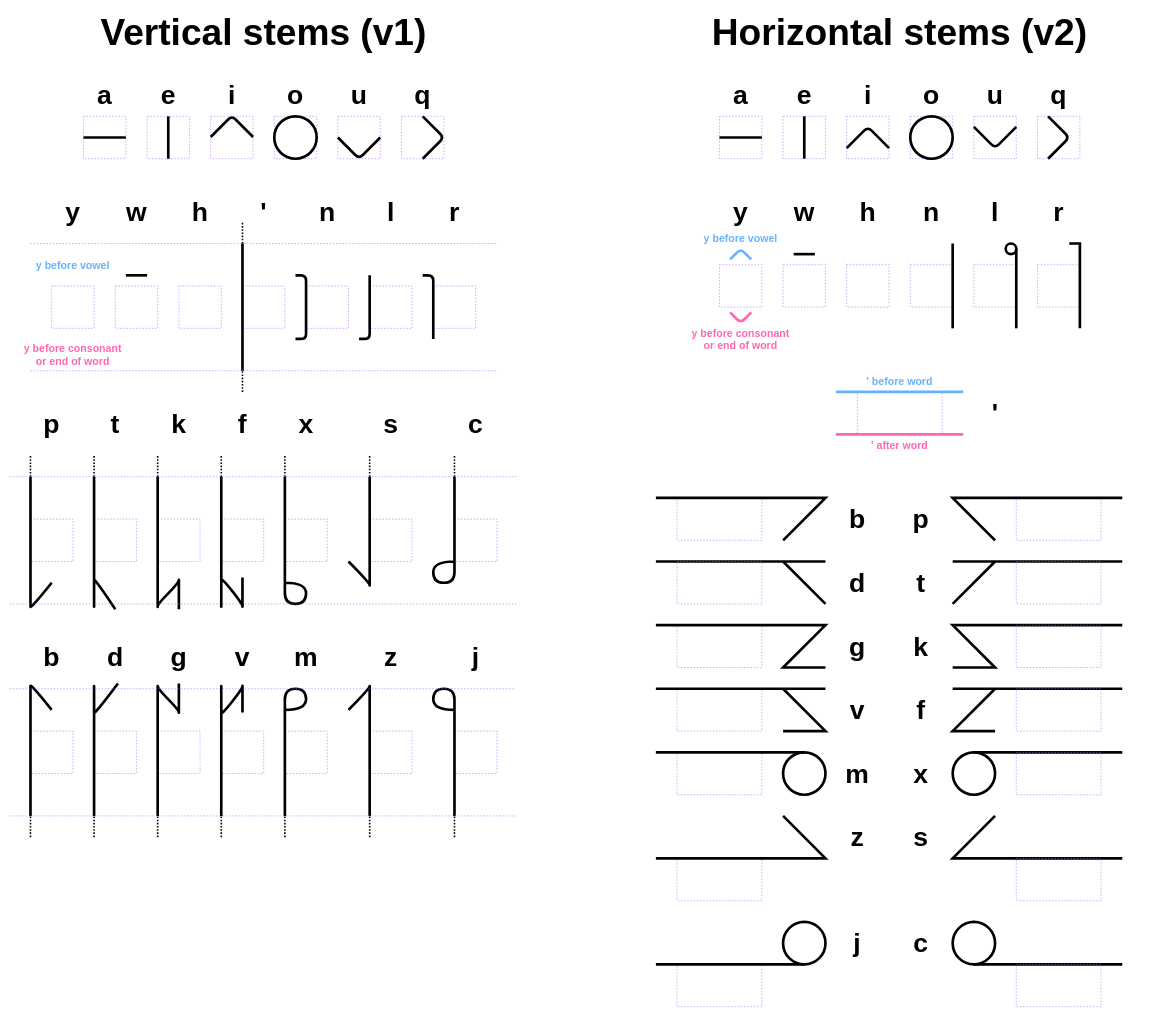
Before: images/writing_system.drawio in eberban/eberban, a draw.io diagram. Source tidied: cells renumbered, new cells numbered last; positions are measured from the earlier drawing's top-left corner, leaving out a move shared by most shapes. Both pictures are drawn from the tidied source at 53%, with x=0, y=0 at pixel (9, 10).
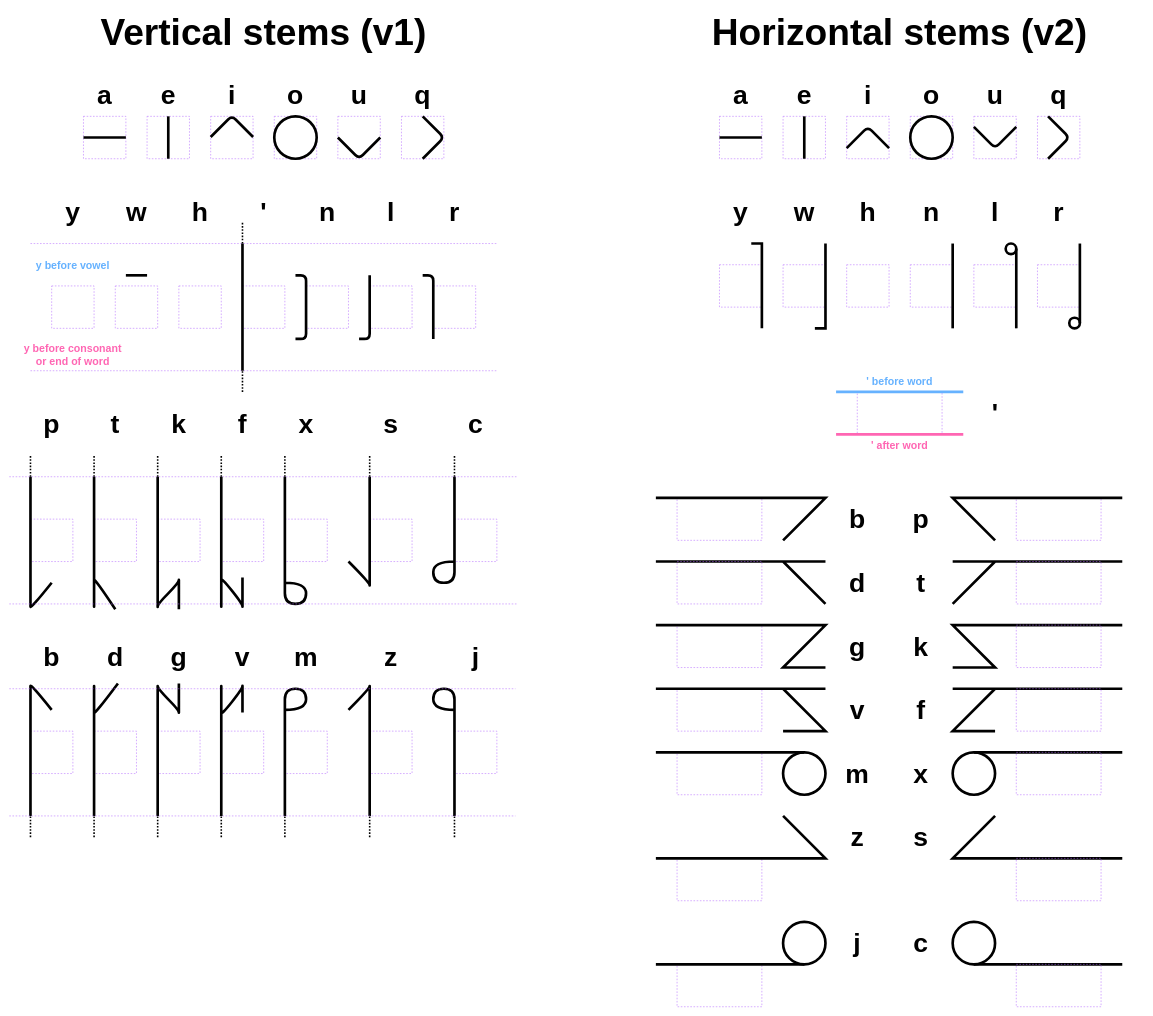
The same page after the edit.

Commit message (it also covers changes not shown here):
Writing system : change ywlr

The edit, as a diff of the source:
```diff
@@
-    <mxCell id="128" style="edgeStyle=none;rounded=1;orthogonalLoop=1;jettySize=auto;html=1;startArrow=none;startFill=0;startSize=5;endArrow=none;endFill=0;endSize=0;targetPerimeterSpacing=0;strokeWidth=5;fontFamily=Rajdhani;fontSize=50;strokeColor=#66B2FF;" parent="1" edge="1">
-      <mxGeometry relative="1" as="geometry">
-        <mxPoint x="1360" y="470" as="sourcePoint" />
-        <mxPoint x="1400" y="470" as="targetPoint" />
-        <Array as="points">
-          <mxPoint x="1380" y="450" />
-        </Array>
-      </mxGeometry>
-    </mxCell>
-    <mxCell id="129" value="y before vowel" style="text;html=1;strokeColor=none;fillColor=none;align=center;verticalAlign=middle;whiteSpace=wrap;rounded=0;fontFamily=Rajdhani;fontStyle=1;fontSize=20;fontColor=#66B2FF;" parent="1" vertex="1">
-      <mxGeometry x="1300" y="410" width="160" height="40" as="geometry" />
-    </mxCell>
-    <mxCell id="130" value="y before consonant&lt;br&gt;or end of word" style="text;html=1;strokeColor=none;fillColor=none;align=center;verticalAlign=middle;whiteSpace=wrap;rounded=0;fontFamily=Rajdhani;fontStyle=1;fontSize=20;fontColor=#FF66B3;" parent="1" vertex="1">
-      <mxGeometry x="1280" y="600" width="200" height="40" as="geometry" />
-    </mxCell>
-    <mxCell id="131" style="edgeStyle=none;rounded=1;orthogonalLoop=1;jettySize=auto;html=1;startArrow=none;startFill=0;startSize=5;endArrow=none;endFill=0;endSize=0;targetPerimeterSpacing=0;strokeWidth=5;fontFamily=Rajdhani;fontSize=50;strokeColor=#FF66B3;" parent="1" edge="1">
-      <mxGeometry relative="1" as="geometry">
-        <mxPoint x="1360" y="570" as="sourcePoint" />
-        <mxPoint x="1400" y="570" as="targetPoint" />
-        <Array as="points">
-          <mxPoint x="1380" y="590" />
-        </Array>
-      </mxGeometry>
-    </mxCell>
@@
-    <mxCell id="133" style="edgeStyle=none;rounded=1;orthogonalLoop=1;jettySize=auto;html=1;startArrow=none;startFill=0;startSize=5;endArrow=none;endFill=0;endSize=0;targetPerimeterSpacing=0;strokeWidth=5;fontFamily=Rajdhani;fontSize=50;strokeColor=#000000;" parent="1" edge="1">
-      <mxGeometry relative="1" as="geometry">
-        <mxPoint x="1480" y="460" as="sourcePoint" />
-        <mxPoint x="1520" y="460" as="targetPoint" />
-      </mxGeometry>
-    </mxCell>
@@
-    <mxCell id="147" style="edgeStyle=none;rounded=0;orthogonalLoop=1;jettySize=auto;html=1;startArrow=none;startFill=0;startSize=5;endArrow=none;endFill=0;endSize=0;targetPerimeterSpacing=0;strokeWidth=5;fontFamily=Rajdhani;fontSize=50;" parent="1" edge="1">
-      <mxGeometry relative="1" as="geometry">
-        <mxPoint x="2000" y="440" as="sourcePoint" />
-        <mxPoint x="2020" y="600" as="targetPoint" />
-        <Array as="points">
-          <mxPoint x="2020" y="440" />
-        </Array>
-      </mxGeometry>
-    </mxCell>
@@
+    <mxCell id="201" style="edgeStyle=none;rounded=0;orthogonalLoop=1;jettySize=auto;html=1;startArrow=none;startFill=0;startSize=5;endArrow=none;endFill=0;endSize=0;targetPerimeterSpacing=0;strokeWidth=5;fontFamily=Rajdhani;fontSize=50;" parent="1" edge="1">
+      <mxGeometry relative="1" as="geometry">
+        <mxPoint x="1400" y="440" as="sourcePoint" />
+        <mxPoint x="1420" y="600" as="targetPoint" />
+        <Array as="points">
+          <mxPoint x="1420" y="440" />
+        </Array>
+      </mxGeometry>
+    </mxCell>
+    <mxCell id="202" style="edgeStyle=none;rounded=0;orthogonalLoop=1;jettySize=auto;html=1;startArrow=none;startFill=0;startSize=5;endArrow=none;endFill=0;endSize=0;targetPerimeterSpacing=0;strokeWidth=5;fontFamily=Rajdhani;fontSize=50;" parent="1" edge="1">
+      <mxGeometry relative="1" as="geometry">
+        <mxPoint x="1540" y="440" as="sourcePoint" />
+        <mxPoint x="1520" y="600" as="targetPoint" />
+        <Array as="points">
+          <mxPoint x="1540" y="600" />
+        </Array>
+      </mxGeometry>
+    </mxCell>
+    <mxCell id="203" style="edgeStyle=none;rounded=0;orthogonalLoop=1;jettySize=auto;html=1;startArrow=none;startFill=0;startSize=5;endArrow=none;endFill=0;endSize=0;targetPerimeterSpacing=0;strokeWidth=5;fontFamily=Rajdhani;fontSize=50;exitX=1;exitY=0.5;exitDx=0;exitDy=0;" parent="1" edge="1">
+      <mxGeometry relative="1" as="geometry">
+        <mxPoint x="2020" y="440" as="sourcePoint" />
+        <mxPoint x="2020" y="590" as="targetPoint" />
+      </mxGeometry>
+    </mxCell>
+    <mxCell id="204" style="ellipse;whiteSpace=wrap;html=1;strokeColor=#000000;fillColor=none;fontFamily=Rajdhani;fontSize=50;strokeWidth=5;" parent="1" vertex="1">
+      <mxGeometry x="2000" y="580" width="20" height="20" as="geometry" />
+    </mxCell>
```
